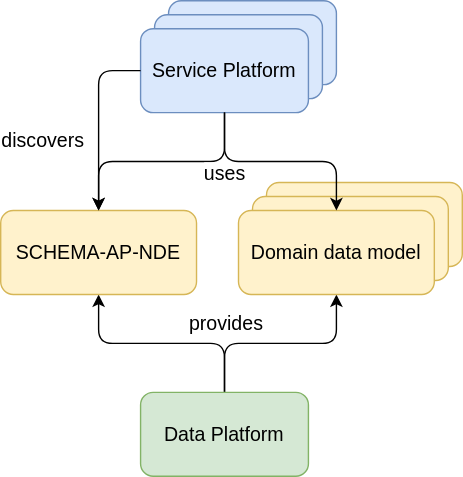
Earlier version of the draw.io export assets/data-models.svg (netwerk-digitaal-erfgoed/schema-profile). Source tidied: cells renumbered, new cells last; positions are measured from the earlier drawing's top-left corner, leaving out a move shared by most shapes.
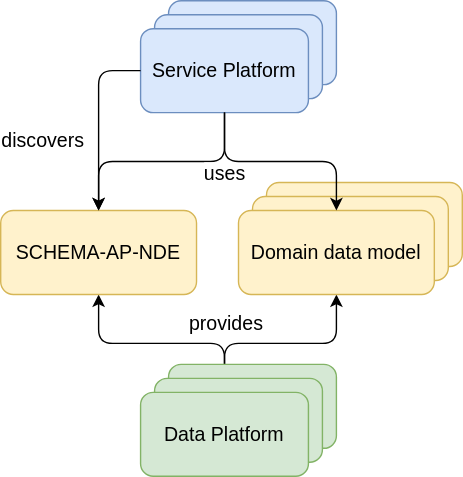
The same file after the commit.

Commit message:
fix: show multiple data platforms in overview diagram (#123)

- Stack Data Platform boxes using the same visual pattern as
  Service Platform to indicate plurality
- Update both the draw.io source XML and SVG rendering

What changed in the source:
```diff
@@ -13,8 +13,17 @@
         <mxPoint x="-1" y="-32" as="offset" />
       </mxGeometry>
     </mxCell>
+    <mxCell id="17" style="group;" parent="1" vertex="1">
+      <mxGeometry x="100" y="260" width="140" height="80" as="geometry" />
+    </mxCell>
+    <mxCell id="18" value="&lt;font style=&quot;font-size: 14px;&quot;&gt;Data Platform&lt;/font&gt;" style="rounded=1;whiteSpace=wrap;html=1;fillColor=#d5e8d4;strokeColor=#82b366;" parent="17" vertex="1">
+      <mxGeometry x="20" width="120" height="60" as="geometry" />
+    </mxCell>
+    <mxCell id="19" value="&lt;font style=&quot;font-size: 14px;&quot;&gt;Data Platform&lt;/font&gt;" style="rounded=1;whiteSpace=wrap;html=1;fillColor=#d5e8d4;strokeColor=#82b366;" parent="17" vertex="1">
+      <mxGeometry x="10" y="10" width="120" height="60" as="geometry" />
+    </mxCell>
-    <mxCell id="5" value="&lt;font style=&quot;font-size: 14px;&quot;&gt;Data Platform&lt;/font&gt;" style="rounded=1;whiteSpace=wrap;html=1;fillColor=#d5e8d4;strokeColor=#82b366;" parent="1" vertex="1">
-      <mxGeometry x="100" y="280" width="120" height="60" as="geometry" />
+    <mxCell id="5" value="&lt;font style=&quot;font-size: 14px;&quot;&gt;Data Platform&lt;/font&gt;" style="rounded=1;whiteSpace=wrap;html=1;fillColor=#d5e8d4;strokeColor=#82b366;" parent="17" vertex="1">
+      <mxGeometry y="20" width="120" height="60" as="geometry" />
     </mxCell>
     <mxCell id="6" value="&lt;font style=&quot;font-size: 14px;&quot;&gt;SCHEMA-AP-NDE&lt;/font&gt;" style="rounded=1;whiteSpace=wrap;html=1;fillColor=#fff2cc;strokeColor=#d6b656;" parent="1" vertex="1">
       <mxGeometry y="150" width="140" height="60" as="geometry" />
```
